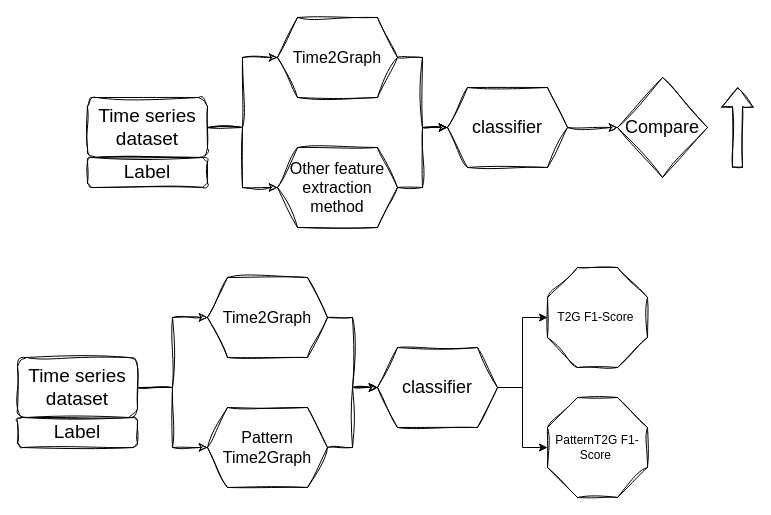
Above: 論文.drawio in roleecorn/drawio (draw.io), before the change. Source tidied: cells renumbered, new cells numbered last; positions are measured from the earlier drawing's top-left corner, leaving out a move shared by most shapes. Both pictures are drawn from the tidied source at 100%, with x=0, y=0 at pixel (17, 17).
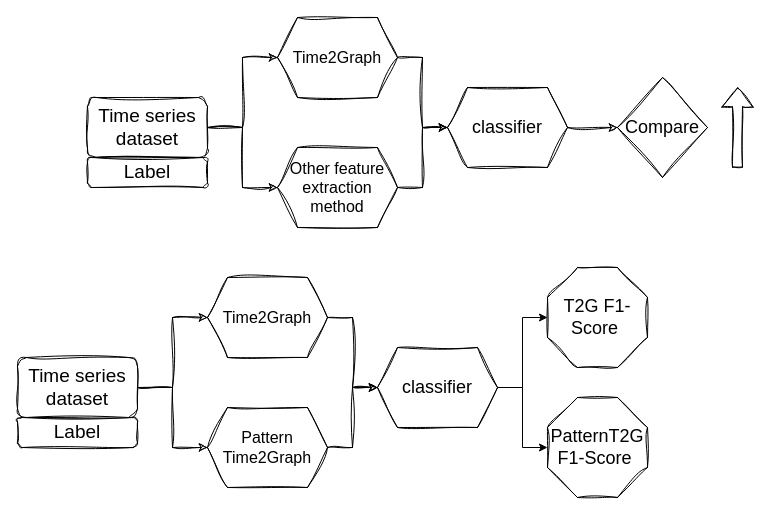
Above is the later version.

Change to the diagram source:
```diff
@@
-    <mxCell id="26" value="T2G F1-Score&amp;nbsp;" style="whiteSpace=wrap;html=1;shape=mxgraph.basic.octagon2;align=center;verticalAlign=middle;dx=15;sketch=1;curveFitting=1;jiggle=2;" parent="1" vertex="1">
+    <mxCell id="26" value="&lt;font style=&quot;font-size: 18px;&quot;&gt;T2G F1-Score&amp;nbsp;&lt;/font&gt;" style="whiteSpace=wrap;html=1;shape=mxgraph.basic.octagon2;align=center;verticalAlign=middle;dx=15;sketch=1;curveFitting=1;jiggle=2;" parent="1" vertex="1">
       <mxGeometry x="530" y="250" width="100" height="100" as="geometry" />
     </mxCell>
-    <mxCell id="27" value="PatternT2G F1-Score&amp;nbsp;" style="whiteSpace=wrap;html=1;shape=mxgraph.basic.octagon2;align=center;verticalAlign=middle;dx=15;sketch=1;curveFitting=1;jiggle=2;" parent="1" vertex="1">
+    <mxCell id="27" value="&lt;font style=&quot;font-size: 18px;&quot;&gt;PatternT2G F1-Score&amp;nbsp;&lt;/font&gt;" style="whiteSpace=wrap;html=1;shape=mxgraph.basic.octagon2;align=center;verticalAlign=middle;dx=15;sketch=1;curveFitting=1;jiggle=2;" parent="1" vertex="1">
       <mxGeometry x="530" y="380" width="100" height="100" as="geometry" />
     </mxCell>
```
